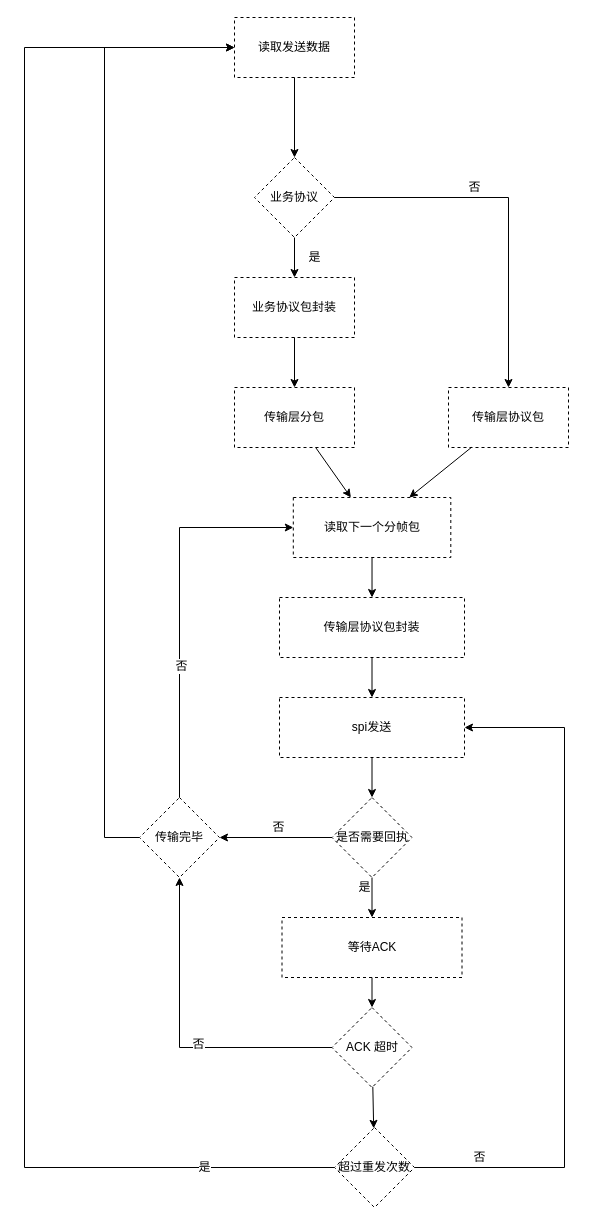
Before: page "Page-4" (4 of 8) of elink.drawio in chenxuzy/ThreadPool, a draw.io diagram. Source tidied: cells renumbered, new cells numbered last; positions are measured from the earlier drawing's top-left corner, leaving out a move shared by most shapes. Both pictures are drawn from the tidied source at 100%, with x=0, y=0 at pixel (24, 17).
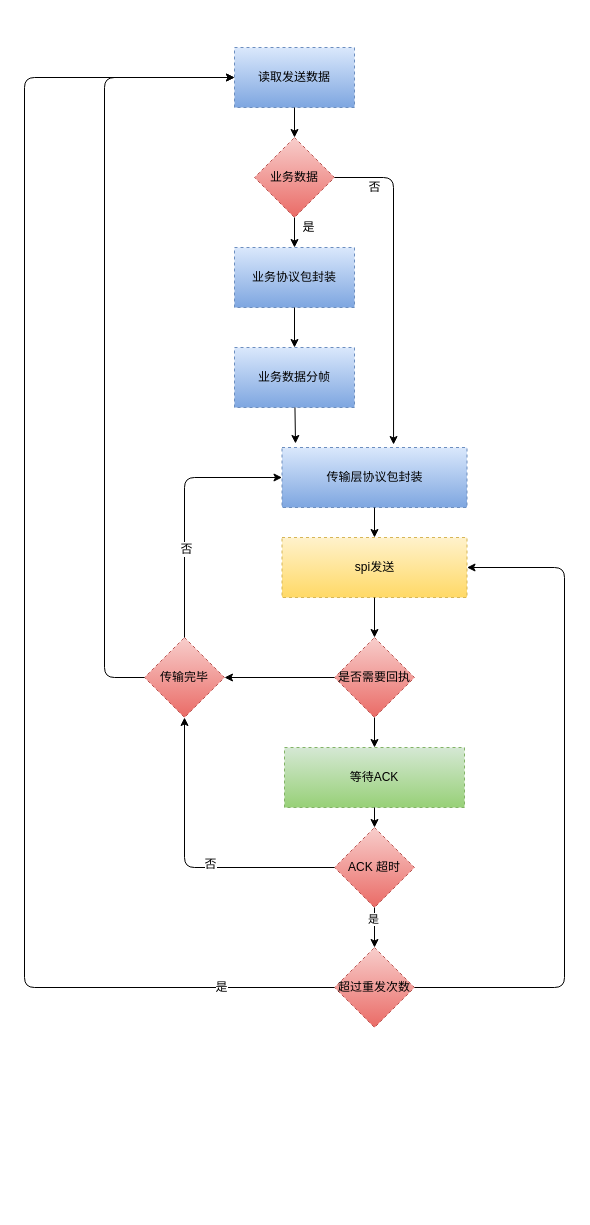
After the change.

The change refers to these unchanged cells:
```xml
<mxCell id="36" style="endArrow=classic;html=1;rounded=0;fontSize=12;" parent="1" edge="1" source="31" target="35">
  <mxGeometry relative="1" as="geometry" />
</mxCell>
```

Change to the diagram source:
```diff
@@
-    <mxCell id="2" value="读取发送数据" style="rounded=0;whiteSpace=wrap;html=1;dashed=1;fontSize=12;" parent="1" vertex="1">
-      <mxGeometry x="210" width="120" height="60" as="geometry" />
+    <mxCell id="2" value="读取发送数据" style="rounded=0;whiteSpace=wrap;html=1;dashed=1;fontSize=12;fillColor=#dae8fc;gradientColor=#7ea6e0;strokeColor=#6c8ebf;" parent="1" vertex="1">
+      <mxGeometry x="210" y="30" width="120" height="60" as="geometry" />
     </mxCell>
-    <mxCell id="3" value="业务协议包封装" style="rounded=0;whiteSpace=wrap;html=1;dashed=1;fontSize=12;" parent="1" vertex="1">
-      <mxGeometry x="210" y="260" width="120" height="60" as="geometry" />
+    <mxCell id="3" value="业务协议包封装" style="rounded=0;whiteSpace=wrap;html=1;dashed=1;fontSize=12;fillColor=#dae8fc;gradientColor=#7ea6e0;strokeColor=#6c8ebf;" parent="1" vertex="1">
+      <mxGeometry x="210" y="230" width="120" height="60" as="geometry" />
     </mxCell>
-    <mxCell id="4" value="业务协议" style="rhombus;whiteSpace=wrap;html=1;dashed=1;fontSize=12;" parent="1" vertex="1">
-      <mxGeometry x="230" y="140" width="80" height="80" as="geometry" />
+    <mxCell id="4" value="业务数据" style="rhombus;whiteSpace=wrap;html=1;dashed=1;fontSize=12;fillColor=#f8cecc;gradientColor=#ea6b66;strokeColor=#b85450;" parent="1" vertex="1">
+      <mxGeometry x="230" y="120" width="80" height="80" as="geometry" />
     </mxCell>
@@
     <mxCell id="6" value="是" style="text;html=1;align=center;verticalAlign=middle;strokeColor=none;fillColor=none;fontSize=12;" parent="1" vertex="1">
-      <mxGeometry x="275" y="230" width="30" height="20" as="geometry" />
+      <mxGeometry x="268.8" y="200" width="30" height="20" as="geometry" />
     </mxCell>
-    <mxCell id="7" value="传输层协议包" style="rounded=0;whiteSpace=wrap;html=1;dashed=1;fontSize=12;" parent="1" vertex="1">
-      <mxGeometry x="424" y="370" width="120" height="60" as="geometry" />
-    </mxCell>
-    <mxCell id="8" style="endArrow=classic;html=1;rounded=0;fontSize=12;" parent="1" edge="1" source="4" target="7">
+    <mxCell id="8" style="endArrow=classic;html=1;rounded=1;fontSize=12;startArrow=none;entryX=0.603;entryY=-0.05;entryDx=0;entryDy=0;entryPerimeter=0;exitX=1;exitY=0.5;exitDx=0;exitDy=0;" parent="1" edge="1" source="4" target="12">
       <mxGeometry relative="1" as="geometry">
         <Array as="points">
-          <mxPoint x="484" y="180" />
+          <mxPoint x="369" y="160" />
         </Array>
       </mxGeometry>
     </mxCell>
-    <mxCell id="9" value="否" style="text;html=1;align=center;verticalAlign=middle;strokeColor=none;fillColor=none;fontSize=12;" parent="1" vertex="1">
-      <mxGeometry x="435" y="160" width="30" height="20" as="geometry" />
-    </mxCell>
-    <mxCell id="10" value="传输层分包" style="rounded=0;whiteSpace=wrap;html=1;dashed=1;fontSize=12;" parent="1" vertex="1">
-      <mxGeometry x="210" y="370" width="120" height="60" as="geometry" />
+    <mxCell id="10" value="业务数据分帧" style="rounded=0;whiteSpace=wrap;html=1;dashed=1;fontSize=12;fillColor=#dae8fc;gradientColor=#7ea6e0;strokeColor=#6c8ebf;" parent="1" vertex="1">
+      <mxGeometry x="210" y="330" width="120" height="60" as="geometry" />
     </mxCell>
@@
-    <mxCell id="12" value="传输层协议包封装" style="rounded=0;whiteSpace=wrap;html=1;dashed=1;fontSize=12;" parent="1" vertex="1">
-      <mxGeometry x="255" y="580" width="185" height="60" as="geometry" />
+    <mxCell id="12" value="传输层协议包封装" style="rounded=0;whiteSpace=wrap;html=1;dashed=1;fontSize=12;fillColor=#dae8fc;gradientColor=#7ea6e0;strokeColor=#6c8ebf;" parent="1" vertex="1">
+      <mxGeometry x="257.5" y="430" width="185" height="60" as="geometry" />
     </mxCell>
@@
-    <mxCell id="14" style="endArrow=classic;html=1;rounded=0;fontSize=12;" parent="1" edge="1" source="10" target="23">
+    <mxCell id="14" style="endArrow=classic;html=1;rounded=0;fontSize=12;entryX=0.073;entryY=-0.067;entryDx=0;entryDy=0;entryPerimeter=0;" parent="1" edge="1" source="10" target="12">
       <mxGeometry relative="1" as="geometry" />
     </mxCell>
-    <mxCell id="15" style="endArrow=classic;html=1;rounded=0;fontSize=12;" parent="1" edge="1" source="7" target="23">
-      <mxGeometry relative="1" as="geometry" />
-    </mxCell>
-    <mxCell id="16" value="spi发送" style="rounded=0;whiteSpace=wrap;html=1;dashed=1;fontSize=12;" parent="1" vertex="1">
-      <mxGeometry x="255" y="680" width="185" height="60" as="geometry" />
+    <mxCell id="16" value="spi发送" style="rounded=0;whiteSpace=wrap;html=1;dashed=1;fontSize=12;fillColor=#fff2cc;gradientColor=#ffd966;strokeColor=#d6b656;" parent="1" vertex="1">
+      <mxGeometry x="257.5" y="520" width="185" height="60" as="geometry" />
     </mxCell>
-    <mxCell id="17" value="是否需要回执" style="rhombus;whiteSpace=wrap;html=1;dashed=1;fontSize=12;" parent="1" vertex="1">
-      <mxGeometry x="307.5" y="780" width="80" height="80" as="geometry" />
+    <mxCell id="17" value="是否需要回执" style="rhombus;whiteSpace=wrap;html=1;dashed=1;fontSize=12;fillColor=#f8cecc;gradientColor=#ea6b66;strokeColor=#b85450;" parent="1" vertex="1">
+      <mxGeometry x="310" y="620" width="80" height="80" as="geometry" />
     </mxCell>
-    <mxCell id="18" value="等待ACK" style="rounded=0;whiteSpace=wrap;html=1;dashed=1;fontSize=12;" parent="1" vertex="1">
-      <mxGeometry x="257.5" y="900" width="180" height="60" as="geometry" />
+    <mxCell id="18" value="等待ACK" style="rounded=0;whiteSpace=wrap;html=1;dashed=1;fontSize=12;fillColor=#d5e8d4;gradientColor=#97d077;strokeColor=#82b366;" parent="1" vertex="1">
+      <mxGeometry x="260" y="730" width="180" height="60" as="geometry" />
     </mxCell>
-    <mxCell id="19" value="传输完毕" style="rhombus;whiteSpace=wrap;html=1;dashed=1;fontSize=12;" parent="1" vertex="1">
-      <mxGeometry x="115" y="780" width="80" height="80" as="geometry" />
+    <mxCell id="19" value="传输完毕" style="rhombus;whiteSpace=wrap;html=1;dashed=1;fontSize=12;fillColor=#f8cecc;gradientColor=#ea6b66;strokeColor=#b85450;" parent="1" vertex="1">
+      <mxGeometry x="120" y="620" width="80" height="80" as="geometry" />
     </mxCell>
-    <mxCell id="20" style="endArrow=classic;html=1;rounded=0;fontSize=12;" parent="1" edge="1" source="19" target="23">
+    <mxCell id="20" style="endArrow=classic;html=1;rounded=1;fontSize=12;" parent="1" edge="1" source="19" target="12">
       <mxGeometry relative="1" as="geometry">
         <Array as="points">
-          <mxPoint x="155" y="510" />
+          <mxPoint x="160" y="460" />
         </Array>
       </mxGeometry>
     </mxCell>
@@
-    <mxCell id="22" style="endArrow=classic;html=1;rounded=0;fontSize=12;" parent="1" edge="1" source="19" target="2">
+    <mxCell id="22" style="endArrow=classic;html=1;rounded=1;fontSize=12;" parent="1" edge="1" source="19" target="2">
       <mxGeometry relative="1" as="geometry">
         <Array as="points">
-          <mxPoint x="80" y="820" />
-          <mxPoint x="80" y="30" />
+          <mxPoint x="80" y="660" />
+          <mxPoint x="80" y="60" />
         </Array>
       </mxGeometry>
     </mxCell>
-    <mxCell id="23" value="读取下一个分帧包" style="rounded=0;whiteSpace=wrap;html=1;dashed=1;fontSize=12;" parent="1" vertex="1">
-      <mxGeometry x="268.8" y="480" width="157.5" height="60" as="geometry" />
-    </mxCell>
-    <mxCell id="24" style="endArrow=classic;html=1;rounded=0;fontSize=12;" parent="1" edge="1" source="23" target="12">
-      <mxGeometry relative="1" as="geometry" />
-    </mxCell>
@@
-    <mxCell id="28" value="否" style="text;html=1;align=center;verticalAlign=middle;strokeColor=none;fillColor=none;fontSize=12;" parent="1" vertex="1">
-      <mxGeometry x="238.8" y="800" width="30" height="20" as="geometry" />
-    </mxCell>
@@
-    <mxCell id="30" value="是" style="text;html=1;align=center;verticalAlign=middle;strokeColor=none;fillColor=none;fontSize=12;" parent="1" vertex="1">
-      <mxGeometry x="325" y="860" width="30" height="20" as="geometry" />
-    </mxCell>
-    <mxCell id="31" value="ACK 超时" style="rhombus;whiteSpace=wrap;html=1;dashed=1;fontSize=12;" parent="1" vertex="1">
-      <mxGeometry x="307.5" y="990" width="80" height="80" as="geometry" />
+    <mxCell id="31" value="ACK 超时" style="rhombus;whiteSpace=wrap;html=1;dashed=1;fontSize=12;fillColor=#f8cecc;gradientColor=#ea6b66;strokeColor=#b85450;" parent="1" vertex="1">
+      <mxGeometry x="310" y="810" width="80" height="80" as="geometry" />
     </mxCell>
-    <mxCell id="32" style="endArrow=classic;html=1;rounded=0;fontSize=12;" parent="1" edge="1" source="31" target="19">
+    <mxCell id="32" style="endArrow=classic;html=1;rounded=1;fontSize=12;" parent="1" edge="1" source="31" target="19">
       <mxGeometry relative="1" as="geometry">
         <Array as="points">
-          <mxPoint x="155" y="1030" />
+          <mxPoint x="160" y="850" />
         </Array>
       </mxGeometry>
     </mxCell>
@@
-    <mxCell id="35" value="超过重发次数" style="rhombus;whiteSpace=wrap;html=1;dashed=1;fontSize=12;" parent="1" vertex="1">
-      <mxGeometry x="310" y="1110" width="80" height="80" as="geometry" />
+    <mxCell id="35" value="超过重发次数" style="rhombus;whiteSpace=wrap;html=1;dashed=1;fontSize=12;fillColor=#f8cecc;gradientColor=#ea6b66;strokeColor=#b85450;" parent="1" vertex="1">
+      <mxGeometry x="310" y="930" width="80" height="80" as="geometry" />
     </mxCell>
@@
+    <mxCell id="30" value="是" style="edgeLabel;html=1;align=center;verticalAlign=middle;" parent="36" vertex="1">
+      <mxGeometry x="-0.43" y="-2" relative="1" as="geometry" />
+    </mxCell>
-    <mxCell id="37" style="endArrow=classic;html=1;rounded=0;fontSize=12;" parent="1" edge="1" source="35" target="16">
+    <mxCell id="37" style="endArrow=classic;html=1;rounded=1;fontSize=12;" parent="1" edge="1" source="35" target="16">
       <mxGeometry relative="1" as="geometry">
         <Array as="points">
-          <mxPoint x="540" y="1150" />
-          <mxPoint x="540" y="710" />
+          <mxPoint x="540" y="970" />
+          <mxPoint x="540" y="550" />
         </Array>
       </mxGeometry>
     </mxCell>
-    <mxCell id="38" value="否" style="text;html=1;align=center;verticalAlign=middle;strokeColor=none;fillColor=none;fontSize=12;" parent="1" vertex="1">
-      <mxGeometry x="440" y="1130" width="30" height="20" as="geometry" />
-    </mxCell>
-    <mxCell id="39" style="endArrow=classic;html=1;rounded=0;fontSize=12;entryX=0;entryY=0.5;entryDx=0;entryDy=0;" parent="1" edge="1" source="35" target="2">
+    <mxCell id="39" style="endArrow=classic;html=1;rounded=1;fontSize=12;entryX=0;entryY=0.5;entryDx=0;entryDy=0;" parent="1" edge="1" source="35" target="2">
       <mxGeometry relative="1" as="geometry">
         <Array as="points">
-          <mxPoint y="1150" />
-          <mxPoint y="30" />
+          <mxPoint y="970" />
+          <mxPoint y="60" />
         </Array>
       </mxGeometry>
     </mxCell>
@@
+    <mxCell id="9" value="否" style="text;html=1;align=center;verticalAlign=middle;strokeColor=none;fillColor=none;fontSize=12;" parent="1" vertex="1">
+      <mxGeometry x="335" y="160" width="30" height="20" as="geometry" />
+    </mxCell>
```
